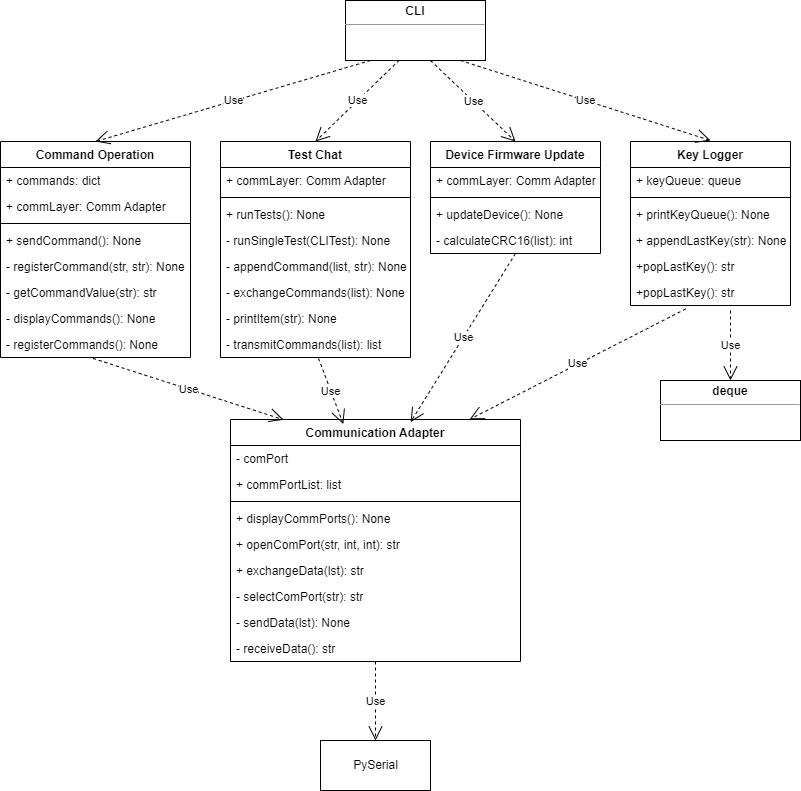
Above: images/CLITaskDesignImage.png in MMMRepos/cli-python (draw.io), before the change. Source tidied: cells renumbered, new cells last; positions are measured from the earlier drawing's top-left corner, leaving out a move shared by most shapes.
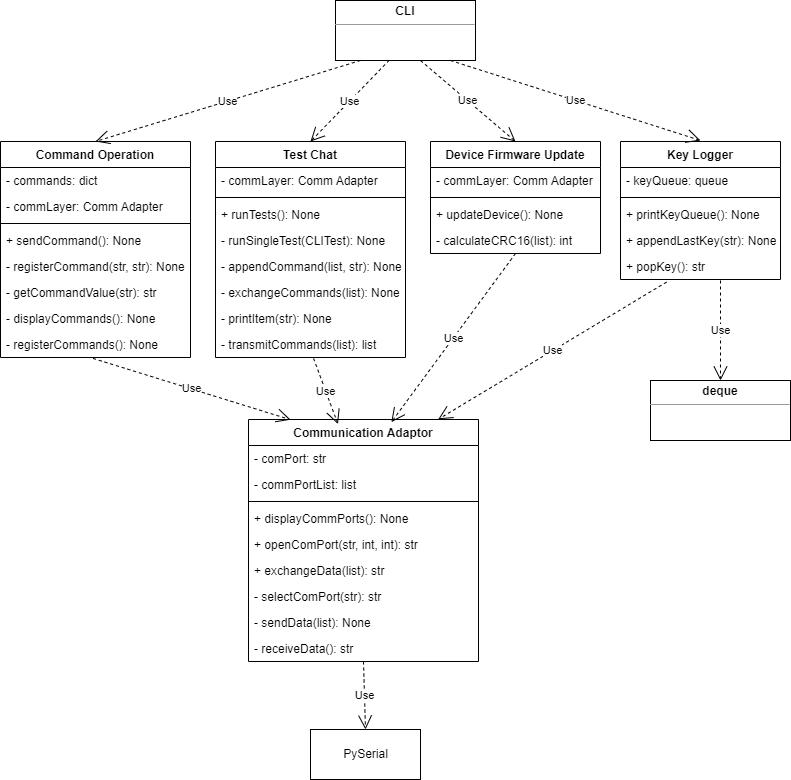
The same file after the commit.

Commit message:
Updated the CLI application design to define the scope of the class variables. Also removed a duplicate entry in the KeyLogger class.

Diff of the diagram source:
```diff
@@ -3,9 +3,9 @@
     <mxCell id="0" />
     <mxCell id="1" parent="0" />
     <mxCell id="2" value="Device Firmware Update" style="swimlane;fontStyle=1;align=center;verticalAlign=top;horizontal=1;startSize=26;" parent="1" vertex="1">
-      <mxGeometry x="430" y="141" width="170" height="112" as="geometry" />
+      <mxGeometry x="440" y="141" width="170" height="112" as="geometry" />
     </mxCell>
-    <mxCell id="3" value="+ commLayer: Comm Adapter" style="text;strokeColor=none;fillColor=none;align=left;verticalAlign=top;spacingLeft=4;spacingRight=4;overflow=hidden;" parent="2" vertex="1">
+    <mxCell id="3" value="- commLayer: Comm Adapter" style="text;strokeColor=none;fillColor=none;align=left;verticalAlign=top;spacingLeft=4;spacingRight=4;overflow=hidden;" parent="2" vertex="1">
       <mxGeometry y="26" width="170" height="26" as="geometry" />
     </mxCell>
     <mxCell id="4" style="line;strokeWidth=1;fillColor=none;align=left;verticalAlign=middle;spacingTop=-1;spacingLeft=3;spacingRight=3;labelPosition=right;" parent="2" vertex="1">
@@ -18,9 +18,9 @@
       <mxGeometry y="86" width="170" height="26" as="geometry" />
     </mxCell>
     <mxCell id="7" value="Key Logger" style="swimlane;fontStyle=1;align=center;verticalAlign=top;horizontal=1;startSize=26;" parent="1" vertex="1">
-      <mxGeometry x="630" y="141" width="160" height="164" as="geometry" />
+      <mxGeometry x="630" y="141" width="160" height="138" as="geometry" />
     </mxCell>
-    <mxCell id="8" value="+ keyQueue: queue" style="text;strokeColor=none;fillColor=none;align=left;verticalAlign=top;spacingLeft=4;spacingRight=4;overflow=hidden;" parent="7" vertex="1">
+    <mxCell id="8" value="- keyQueue: queue" style="text;strokeColor=none;fillColor=none;align=left;verticalAlign=top;spacingLeft=4;spacingRight=4;overflow=hidden;" parent="7" vertex="1">
       <mxGeometry y="26" width="160" height="26" as="geometry" />
     </mxCell>
     <mxCell id="9" style="line;strokeWidth=1;fillColor=none;align=left;verticalAlign=middle;spacingTop=-1;spacingLeft=3;spacingRight=3;labelPosition=right;" parent="7" vertex="1">
@@ -32,19 +32,16 @@
     <mxCell id="11" value="+ appendLastKey(str): None" style="text;strokeColor=none;fillColor=none;align=left;verticalAlign=top;spacingLeft=4;spacingRight=4;overflow=hidden;" parent="7" vertex="1">
       <mxGeometry y="86" width="160" height="26" as="geometry" />
     </mxCell>
-    <mxCell id="12" value="+popLastKey(): str" style="text;strokeColor=none;fillColor=none;align=left;verticalAlign=top;spacingLeft=4;spacingRight=4;overflow=hidden;points=[[0,0.5],[1,0.5]];portConstraint=eastwest;" parent="7" vertex="1">
+    <mxCell id="12" value="+ popKey(): str" style="text;strokeColor=none;fillColor=none;align=left;verticalAlign=top;spacingLeft=4;spacingRight=4;overflow=hidden;points=[[0,0.5],[1,0.5]];portConstraint=eastwest;" parent="7" vertex="1">
       <mxGeometry y="112" width="160" height="26" as="geometry" />
     </mxCell>
-    <mxCell id="13" value="+popLastKey(): str" style="text;strokeColor=none;fillColor=none;align=left;verticalAlign=top;spacingLeft=4;spacingRight=4;overflow=hidden;points=[[0,0.5],[1,0.5]];portConstraint=eastwest;" parent="7" vertex="1">
-      <mxGeometry y="138" width="160" height="26" as="geometry" />
-    </mxCell>
     <mxCell id="14" value="Command Operation" style="swimlane;fontStyle=1;align=center;verticalAlign=top;horizontal=1;startSize=26;" parent="1" vertex="1">
-      <mxGeometry y="141" width="190" height="216" as="geometry" />
+      <mxGeometry x="10" y="141" width="190" height="216" as="geometry" />
     </mxCell>
-    <mxCell id="15" value="+ commands: dict" style="text;strokeColor=none;fillColor=none;align=left;verticalAlign=top;spacingLeft=4;spacingRight=4;overflow=hidden;" parent="14" vertex="1">
+    <mxCell id="15" value="- commands: dict" style="text;strokeColor=none;fillColor=none;align=left;verticalAlign=top;spacingLeft=4;spacingRight=4;overflow=hidden;" parent="14" vertex="1">
       <mxGeometry y="26" width="190" height="26" as="geometry" />
     </mxCell>
-    <mxCell id="16" value="+ commLayer: Comm Adapter" style="text;strokeColor=none;fillColor=none;align=left;verticalAlign=top;spacingLeft=4;spacingRight=4;overflow=hidden;" parent="14" vertex="1">
+    <mxCell id="16" value="- commLayer: Comm Adapter" style="text;strokeColor=none;fillColor=none;align=left;verticalAlign=top;spacingLeft=4;spacingRight=4;overflow=hidden;" parent="14" vertex="1">
       <mxGeometry y="52" width="190" height="26" as="geometry" />
     </mxCell>
     <mxCell id="17" style="line;strokeWidth=1;fillColor=none;align=left;verticalAlign=middle;spacingTop=-1;spacingLeft=3;spacingRight=3;labelPosition=right;" parent="14" vertex="1">
@@ -66,9 +63,9 @@
       <mxGeometry y="190" width="190" height="26" as="geometry" />
     </mxCell>
     <mxCell id="23" value="Test Chat" style="swimlane;fontStyle=1;align=center;verticalAlign=top;horizontal=1;startSize=26;" parent="1" vertex="1">
-      <mxGeometry x="220" y="141" width="190" height="216" as="geometry" />
+      <mxGeometry x="225" y="141" width="190" height="216" as="geometry" />
     </mxCell>
-    <mxCell id="24" value="+ commLayer: Comm Adapter" style="text;strokeColor=none;fillColor=none;align=left;verticalAlign=top;spacingLeft=4;spacingRight=4;overflow=hidden;" parent="23" vertex="1">
+    <mxCell id="24" value="- commLayer: Comm Adapter" style="text;strokeColor=none;fillColor=none;align=left;verticalAlign=top;spacingLeft=4;spacingRight=4;overflow=hidden;" parent="23" vertex="1">
       <mxGeometry y="26" width="190" height="26" as="geometry" />
     </mxCell>
     <mxCell id="25" style="line;strokeWidth=1;fillColor=none;align=left;verticalAlign=middle;spacingTop=-1;spacingLeft=3;spacingRight=3;labelPosition=right;" parent="23" vertex="1">
@@ -92,35 +89,35 @@
     <mxCell id="31" value="- transmitCommands(list): list" style="text;strokeColor=none;fillColor=none;align=left;verticalAlign=top;spacingLeft=4;spacingRight=4;overflow=hidden;points=[[0,0.5],[1,0.5]];portConstraint=eastwest;" parent="23" vertex="1">
       <mxGeometry y="190" width="190" height="26" as="geometry" />
     </mxCell>
-    <mxCell id="32" value="Communication Adapter" style="swimlane;fontStyle=1;align=center;verticalAlign=top;horizontal=1;startSize=26;" parent="1" vertex="1">
-      <mxGeometry x="230" y="419" width="290" height="242" as="geometry" />
+    <mxCell id="32" value="Communication Adaptor" style="swimlane;fontStyle=1;align=center;verticalAlign=top;horizontal=1;startSize=26;" parent="1" vertex="1">
+      <mxGeometry x="258" y="419" width="230" height="242" as="geometry" />
     </mxCell>
-    <mxCell id="33" value="- comPort" style="text;strokeColor=none;fillColor=none;align=left;verticalAlign=top;spacingLeft=4;spacingRight=4;overflow=hidden;" parent="32" vertex="1">
-      <mxGeometry y="26" width="290" height="26" as="geometry" />
+    <mxCell id="33" value="- comPort: str" style="text;strokeColor=none;fillColor=none;align=left;verticalAlign=top;spacingLeft=4;spacingRight=4;overflow=hidden;" parent="32" vertex="1">
+      <mxGeometry y="26" width="230" height="26" as="geometry" />
     </mxCell>
-    <mxCell id="34" value="+ commPortList: list" style="text;strokeColor=none;fillColor=none;align=left;verticalAlign=top;spacingLeft=4;spacingRight=4;overflow=hidden;" parent="32" vertex="1">
-      <mxGeometry y="52" width="290" height="26" as="geometry" />
+    <mxCell id="34" value="- commPortList: list" style="text;strokeColor=none;fillColor=none;align=left;verticalAlign=top;spacingLeft=4;spacingRight=4;overflow=hidden;" parent="32" vertex="1">
+      <mxGeometry y="52" width="230" height="26" as="geometry" />
     </mxCell>
     <mxCell id="35" style="line;strokeWidth=1;fillColor=none;align=left;verticalAlign=middle;spacingTop=-1;spacingLeft=3;spacingRight=3;labelPosition=right;" parent="32" vertex="1">
-      <mxGeometry y="78" width="290" height="8" as="geometry" />
+      <mxGeometry y="78" width="230" height="8" as="geometry" />
     </mxCell>
     <mxCell id="36" value="+ displayCommPorts(): None" style="text;strokeColor=none;fillColor=none;align=left;verticalAlign=top;spacingLeft=4;spacingRight=4;overflow=hidden;" parent="32" vertex="1">
-      <mxGeometry y="86" width="290" height="26" as="geometry" />
+      <mxGeometry y="86" width="230" height="26" as="geometry" />
     </mxCell>
     <mxCell id="37" value="+ openComPort(str, int, int): str" style="text;strokeColor=none;fillColor=none;align=left;verticalAlign=top;spacingLeft=4;spacingRight=4;overflow=hidden;" parent="32" vertex="1">
-      <mxGeometry y="112" width="290" height="26" as="geometry" />
+      <mxGeometry y="112" width="230" height="26" as="geometry" />
     </mxCell>
-    <mxCell id="38" value="+ exchangeData(lst): str" style="text;strokeColor=none;fillColor=none;align=left;verticalAlign=top;spacingLeft=4;spacingRight=4;overflow=hidden;" parent="32" vertex="1">
-      <mxGeometry y="138" width="290" height="26" as="geometry" />
+    <mxCell id="38" value="+ exchangeData(list): str" style="text;strokeColor=none;fillColor=none;align=left;verticalAlign=top;spacingLeft=4;spacingRight=4;overflow=hidden;" parent="32" vertex="1">
+      <mxGeometry y="138" width="230" height="26" as="geometry" />
     </mxCell>
     <mxCell id="39" value="- selectComPort(str): str" style="text;strokeColor=none;fillColor=none;align=left;verticalAlign=top;spacingLeft=4;spacingRight=4;overflow=hidden;" parent="32" vertex="1">
-      <mxGeometry y="164" width="290" height="26" as="geometry" />
+      <mxGeometry y="164" width="230" height="26" as="geometry" />
     </mxCell>
-    <mxCell id="40" value="- sendData(lst): None" style="text;strokeColor=none;fillColor=none;align=left;verticalAlign=top;spacingLeft=4;spacingRight=4;overflow=hidden;" parent="32" vertex="1">
-      <mxGeometry y="190" width="290" height="26" as="geometry" />
+    <mxCell id="40" value="- sendData(list): None" style="text;strokeColor=none;fillColor=none;align=left;verticalAlign=top;spacingLeft=4;spacingRight=4;overflow=hidden;" parent="32" vertex="1">
+      <mxGeometry y="190" width="230" height="26" as="geometry" />
     </mxCell>
     <mxCell id="41" value="- receiveData(): str" style="text;strokeColor=none;fillColor=none;align=left;verticalAlign=top;spacingLeft=4;spacingRight=4;overflow=hidden;" parent="32" vertex="1">
-      <mxGeometry y="216" width="290" height="26" as="geometry" />
+      <mxGeometry y="216" width="230" height="26" as="geometry" />
     </mxCell>
     <mxCell id="42" value="&lt;p style=&quot;margin:0px;margin-top:4px;text-align:center;&quot;&gt;&lt;b&gt;CLI&lt;/b&gt;&lt;/p&gt;&lt;hr size=&quot;1&quot;&gt;&lt;div style=&quot;height:2px;&quot;&gt;&lt;/div&gt;" style="verticalAlign=top;align=left;overflow=fill;fontSize=12;fontFamily=Helvetica;html=1;" parent="1" vertex="1">
       <mxGeometry x="345" width="140" height="60" as="geometry" />
@@ -153,19 +150,19 @@
     <mxCell id="49" value="Use" style="endArrow=open;endSize=12;dashed=1;html=1;rounded=0;entryX=0.621;entryY=0.011;entryDx=0;entryDy=0;exitX=0.5;exitY=1;exitDx=0;exitDy=0;entryPerimeter=0;" parent="1" edge="1" source="2" target="32">
       <mxGeometry relative="1" as="geometry" />
     </mxCell>
-    <mxCell id="50" value="Use" style="endArrow=open;endSize=12;dashed=1;html=1;rounded=0;exitX=0.345;exitY=1.133;exitDx=0;exitDy=0;exitPerimeter=0;entryX=0.825;entryY=-0.001;entryDx=0;entryDy=0;entryPerimeter=0;" parent="1" edge="1" source="13" target="32">
+    <mxCell id="50" value="Use" style="endArrow=open;endSize=12;dashed=1;html=1;rounded=0;entryX=0.825;entryY=-0.001;entryDx=0;entryDy=0;entryPerimeter=0;exitX=0.288;exitY=1.1;exitDx=0;exitDy=0;exitPerimeter=0;" parent="1" edge="1" source="12" target="32">
       <mxGeometry relative="1" as="geometry" />
     </mxCell>
     <mxCell id="51" value="Use" style="endArrow=open;endSize=12;dashed=1;html=1;rounded=0;entryX=0.5;entryY=0;entryDx=0;entryDy=0;" parent="1" edge="1" target="54">
       <mxGeometry relative="1" as="geometry">
-        <mxPoint x="730" y="310" as="sourcePoint" />
+        <mxPoint x="730" y="280" as="sourcePoint" />
       </mxGeometry>
     </mxCell>
     <mxCell id="52" value="Use" style="endArrow=open;endSize=12;dashed=1;html=1;rounded=0;entryX=0.5;entryY=0;entryDx=0;entryDy=0;exitX=0.5;exitY=1;exitDx=0;exitDy=0;" parent="1" edge="1" source="32" target="53">
       <mxGeometry relative="1" as="geometry" />
     </mxCell>
     <mxCell id="53" value="PySerial" style="html=1;" parent="1" vertex="1">
-      <mxGeometry x="320" y="740" width="110" height="50" as="geometry" />
+      <mxGeometry x="320" y="729" width="110" height="50" as="geometry" />
     </mxCell>
     <mxCell id="54" value="&lt;p style=&quot;margin:0px;margin-top:4px;text-align:center;&quot;&gt;&lt;b&gt;deque&lt;/b&gt;&lt;/p&gt;&lt;hr size=&quot;1&quot;&gt;&lt;div style=&quot;height:2px;&quot;&gt;&lt;/div&gt;" style="verticalAlign=top;align=left;overflow=fill;fontSize=12;fontFamily=Helvetica;html=1;" parent="1" vertex="1">
       <mxGeometry x="660" y="380" width="140" height="60" as="geometry" />
```
